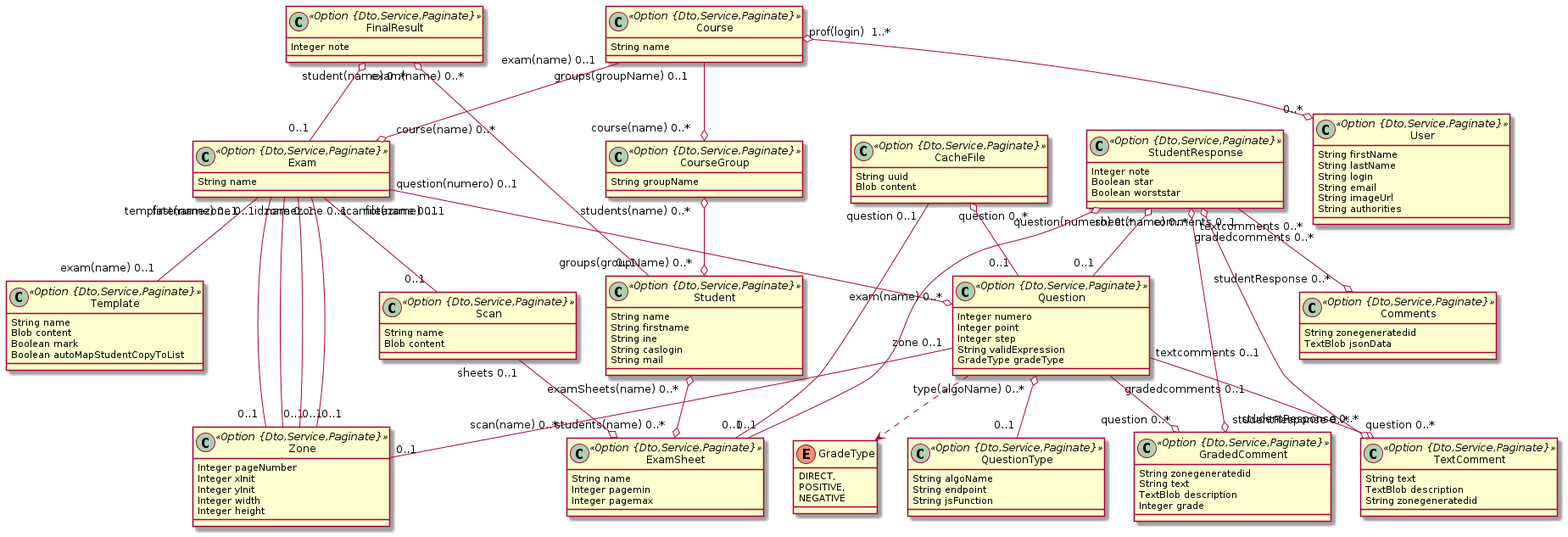
This is model.png from correctexam/corrigeExamBack, a PlantUML export, as it was before one commit.
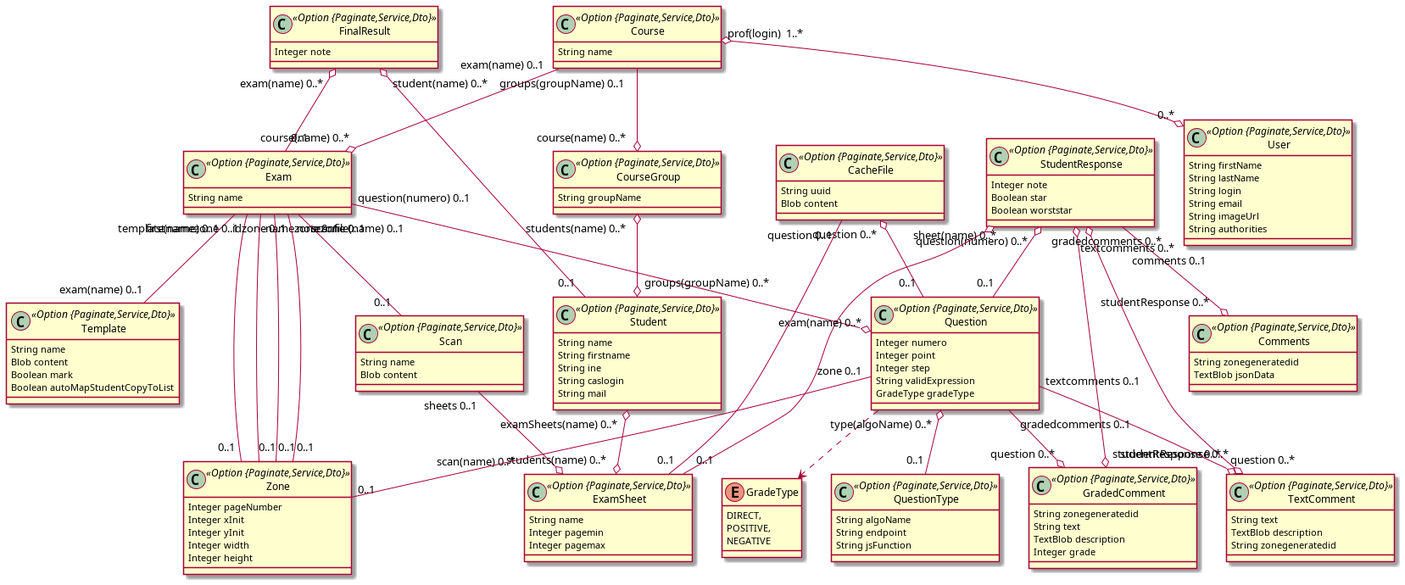
After the commit.

Diff of the diagram source:
```diff
@@ -1,28 +1,28 @@
 @startuml
 	!pragma syntax class
-	class Course <<Option {Dto,Service,Paginate}>> {
+	class Course <<Option {Paginate,Service,Dto}>> {
 		String name
 	}
-	class CourseGroup <<Option {Dto,Service,Paginate}>> {
+	class CourseGroup <<Option {Paginate,Service,Dto}>> {
 		String groupName
 	}
-	class Student <<Option {Dto,Service,Paginate}>> {
+	class Student <<Option {Paginate,Service,Dto}>> {
 		String name
 		String firstname
 		String ine
 		String caslogin
 		String mail
 	}
-	class Exam <<Option {Dto,Service,Paginate}>> {
+	class Exam <<Option {Paginate,Service,Dto}>> {
 		String name
 	}
-	class Template <<Option {Dto,Service,Paginate}>> {
+	class Template <<Option {Paginate,Service,Dto}>> {
 		String name
 		Blob content
 		Boolean mark
 		Boolean autoMapStudentCopyToList
 	}
-	class Question <<Option {Dto,Service,Paginate}>> {
+	class Question <<Option {Paginate,Service,Dto}>> {
 		Integer numero
 		Integer point
 		Integer step
@@ -35,51 +35,51 @@
 		POSITIVE,
 		NEGATIVE
 	}
-	class QuestionType <<Option {Dto,Service,Paginate}>> {
+	class QuestionType <<Option {Paginate,Service,Dto}>> {
 		String algoName
 		String endpoint
 		String jsFunction
 	}
-	class ExamSheet <<Option {Dto,Service,Paginate}>> {
+	class ExamSheet <<Option {Paginate,Service,Dto}>> {
 		String name
 		Integer pagemin
 		Integer pagemax
 	}
-	class Scan <<Option {Dto,Service,Paginate}>> {
+	class Scan <<Option {Paginate,Service,Dto}>> {
 		String name
 		Blob content
 	}
-	class FinalResult <<Option {Dto,Service,Paginate}>> {
+	class FinalResult <<Option {Paginate,Service,Dto}>> {
 		Integer note
 	}
-	class StudentResponse <<Option {Dto,Service,Paginate}>> {
+	class StudentResponse <<Option {Paginate,Service,Dto}>> {
 		Integer note
 		Boolean star
 		Boolean worststar
 	}
-	class TextComment <<Option {Dto,Service,Paginate}>> {
+	class TextComment <<Option {Paginate,Service,Dto}>> {
 		String text
 		TextBlob description
 		String zonegeneratedid
 	}
-	class GradedComment <<Option {Dto,Service,Paginate}>> {
+	class GradedComment <<Option {Paginate,Service,Dto}>> {
 		String zonegeneratedid
 		String text
 		TextBlob description
 		Integer grade
 	}
-	class Comments <<Option {Dto,Service,Paginate}>> {
+	class Comments <<Option {Paginate,Service,Dto}>> {
 		String zonegeneratedid
 		TextBlob jsonData
 	}
-	class Zone <<Option {Dto,Service,Paginate}>> {
+	class Zone <<Option {Paginate,Service,Dto}>> {
 		Integer pageNumber
 		Integer xInit
 		Integer yInit
 		Integer width
 		Integer height
 	}
-	class CacheFile <<Option {Dto,Service,Paginate}>> {
+	class CacheFile <<Option {Paginate,Service,Dto}>> {
 		String uuid
 		Blob content
 	}
@@ -109,7 +109,7 @@
 	Exam  "notezone 0..1 " -- "0..1 "  Zone
 	Exam  "scanfile(name) 0..1 " -- "0..1 "  Scan
 	CacheFile  "question 0..1 " -- "0..1 "  ExamSheet
-	class User <<Option {Dto,Service,Paginate}>> {
+	class User <<Option {Paginate,Service,Dto}>> {
 		String firstName
 		String lastName
 		String login
```
